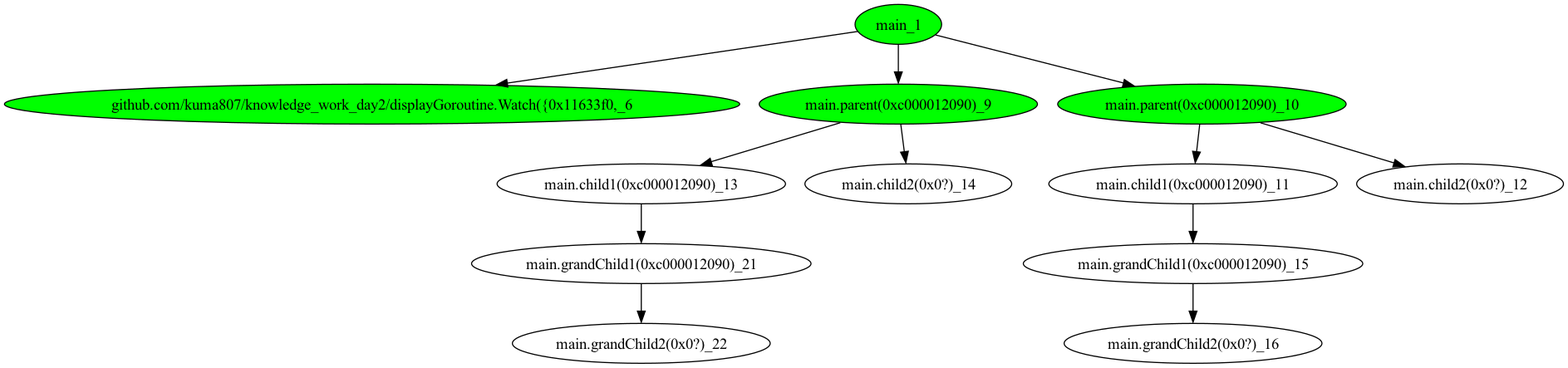
This is main_testGoroutine/tree_1.png from kuma807/knowledge_work_day2, a Graphviz export, as it was before one commit. Its source is kept beside it as main_testGoroutine/tree_1.dot.
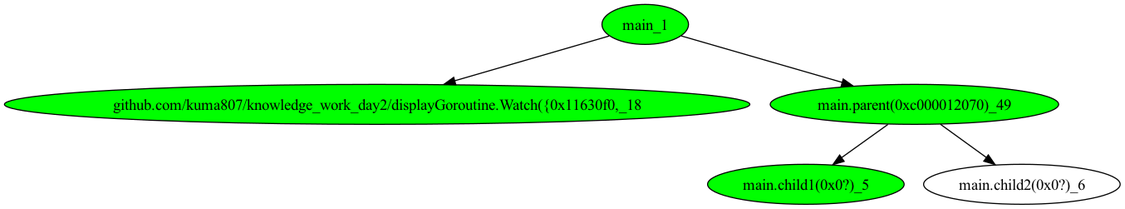
After the commit.

Diff of the diagram source:
```diff
@@ -1,26 +1,12 @@
 digraph G {
-	"main_1"->"github.com/kuma807/knowledge_work_day2/displayGoroutine.Watch({0x11633f0,_6";
-	"main_1"->"main.parent(0xc000012090)_9";
-	"main_1"->"main.parent(0xc000012090)_10";
-	"main.parent(0xc000012090)_10"->"main.child1(0xc000012090)_11";
-	"main.parent(0xc000012090)_10"->"main.child2(0x0?)_12";
-	"main.parent(0xc000012090)_9"->"main.child1(0xc000012090)_13";
-	"main.parent(0xc000012090)_9"->"main.child2(0x0?)_14";
-	"main.child1(0xc000012090)_11"->"main.grandChild1(0xc000012090)_15";
-	"main.grandChild1(0xc000012090)_15"->"main.grandChild2(0x0?)_16";
-	"main.child1(0xc000012090)_13"->"main.grandChild1(0xc000012090)_21";
-	"main.grandChild1(0xc000012090)_21"->"main.grandChild2(0x0?)_22";
-	"github.com/kuma807/knowledge_work_day2/displayGoroutine.Watch({0x11633f0,_6" [ fillcolor="#00FF00", style="solid,filled" ];
-	"main.child1(0xc000012090)_11";
-	"main.child1(0xc000012090)_13";
-	"main.child2(0x0?)_12";
-	"main.child2(0x0?)_14";
-	"main.grandChild1(0xc000012090)_15";
-	"main.grandChild1(0xc000012090)_21";
-	"main.grandChild2(0x0?)_16";
-	"main.grandChild2(0x0?)_22";
-	"main.parent(0xc000012090)_10" [ fillcolor="#00FF00", style="solid,filled" ];
-	"main.parent(0xc000012090)_9" [ fillcolor="#00FF00", style="solid,filled" ];
+	"main_1"->"github.com/kuma807/knowledge_work_day2/displayGoroutine.Watch({0x11630f0,_18";
+	"main_1"->"main.parent(0xc000012070)_49";
+	"main.parent(0xc000012070)_49"->"main.child1(0x0?)_5";
+	"main.parent(0xc000012070)_49"->"main.child2(0x0?)_6";
+	"github.com/kuma807/knowledge_work_day2/displayGoroutine.Watch({0x11630f0,_18" [ fillcolor="#00FF00", style="solid,filled" ];
+	"main.child1(0x0?)_5" [ fillcolor="#00FF00", style="solid,filled" ];
+	"main.child2(0x0?)_6";
+	"main.parent(0xc000012070)_49" [ fillcolor="#00FF00", style="solid,filled" ];
 	"main_1" [ fillcolor="#00FF00", style="solid,filled" ];
 
 }
```
